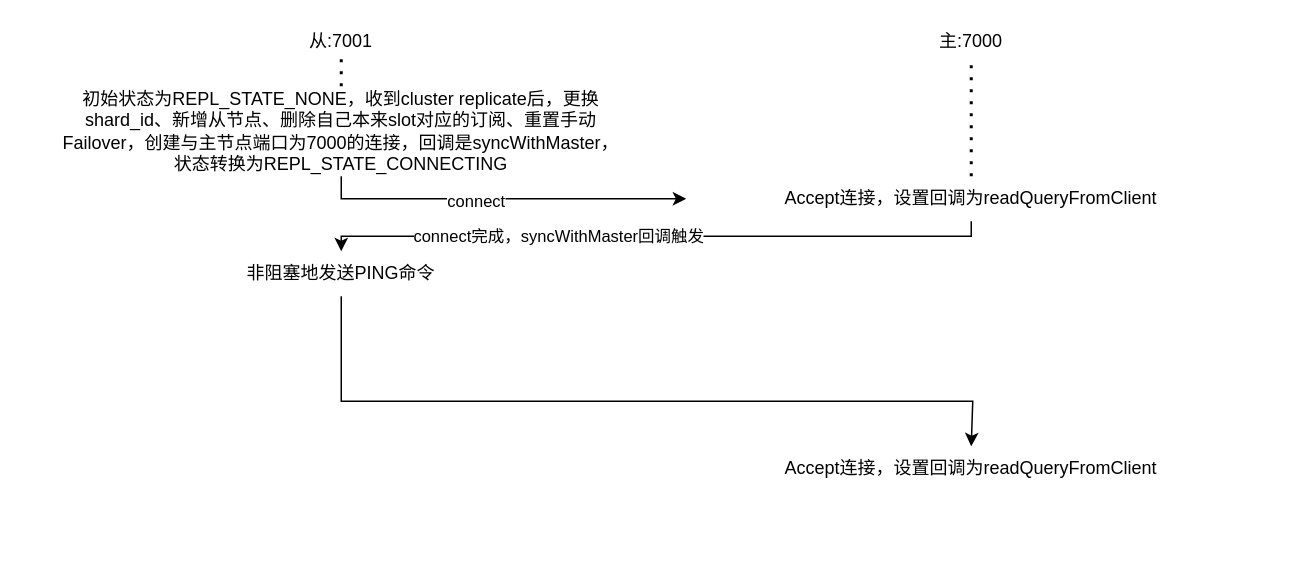
This is cluster-replication.drawio from Afeather2017/Afeather-Flowcharts, a draw.io file, before an edit. Source tidied: cells renumbered, new cells numbered last; positions are measured from the earlier drawing's top-left corner, leaving out a move shared by most shapes. Both pictures are drawn from the tidied source at 150%, with x=0, y=0 at pixel (56, 26).
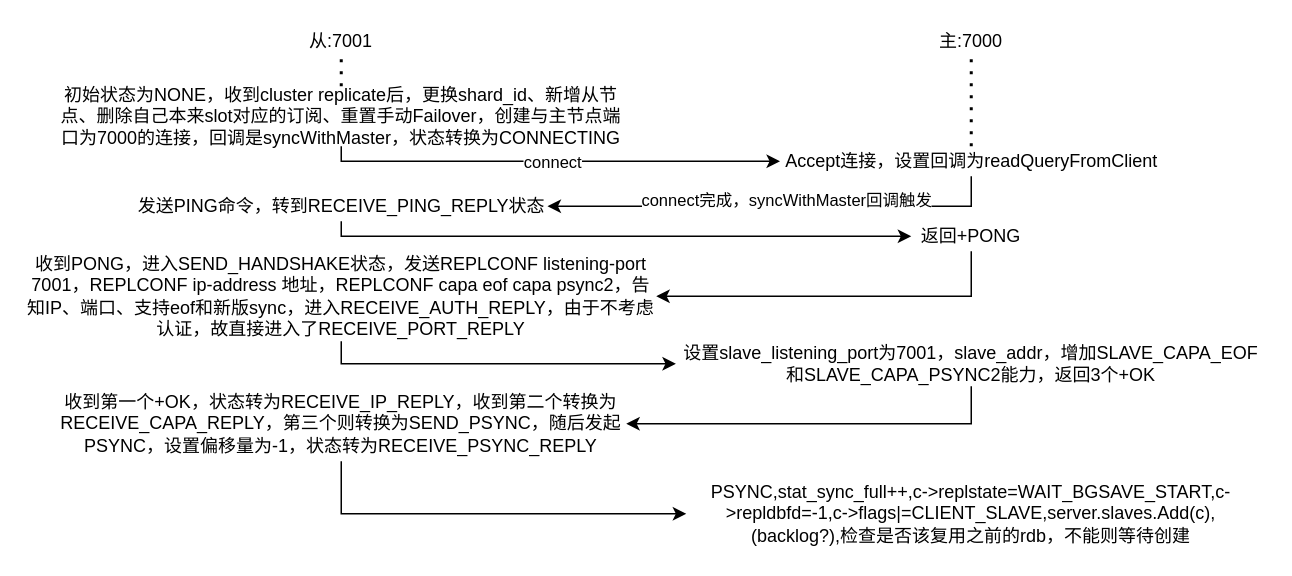
After the change.

Diff of the diagram source:
```diff
@@
     <mxCell id="4" style="edgeStyle=orthogonalEdgeStyle;rounded=0;jettySize=auto;html=1;entryX=0;entryY=0.5;entryDx=0;entryDy=0;exitX=0.5;exitY=1;exitDx=0;exitDy=0;" parent="1" edge="1" source="6" target="11">
       <mxGeometry relative="1" as="geometry">
         <Array as="points">
-          <mxPoint x="190" y="115" />
+          <mxPoint x="190" y="90" />
         </Array>
       </mxGeometry>
     </mxCell>
     <mxCell id="5" value="connect" style="edgeLabel;html=1;align=center;verticalAlign=middle;" parent="4" vertex="1">
-      <mxGeometry x="-0.15" y="-1" relative="1" as="geometry" />
+      <mxGeometry x="-0.15" y="-1" relative="1" as="geometry">
+        <mxPoint x="21" y="-1" as="offset" />
+      </mxGeometry>
     </mxCell>
-    <mxCell id="6" value="初始状态为REPL_STATE_NONE，收到cluster replicate后，更换shard_id、新增从节点、删除自己本来slot对应的订阅、重置手动Failover，创建与主节点端口为7000的连接，回调是syncWithMaster，状态转换为REPL_STATE_CONNECTING" style="text;html=1;align=center;verticalAlign=middle;whiteSpace=wrap;rounded=0;" parent="1" vertex="1">
-      <mxGeometry y="40" width="380" height="60" as="geometry" />
+    <mxCell id="6" value="初始状态为NONE，收到cluster replicate后，更换shard_id、新增从节点、删除自己本来slot对应的订阅、重置手动Failover，创建与主节点端口为7000的连接，回调是syncWithMaster，状态转换为CONNECTING" style="text;html=1;align=center;verticalAlign=middle;whiteSpace=wrap;rounded=0;" parent="1" vertex="1">
+      <mxGeometry y="40" width="380" height="40" as="geometry" />
     </mxCell>
-    <mxCell id="7" style="edgeStyle=orthogonalEdgeStyle;rounded=0;jettySize=auto;html=1;entryX=0.5;entryY=0;entryDx=0;entryDy=0;" parent="1" edge="1" source="8" target="12">
+    <mxCell id="7" style="edgeStyle=orthogonalEdgeStyle;rounded=0;jettySize=auto;html=1;entryX=0;entryY=0.5;entryDx=0;entryDy=0;exitX=0.5;exitY=1;exitDx=0;exitDy=0;" parent="1" edge="1" source="8" target="12">
       <mxGeometry relative="1" as="geometry">
         <Array as="points">
-          <mxPoint x="190" y="250" />
-          <mxPoint x="611" y="250" />
+          <mxPoint x="190" y="140" />
+          <mxPoint x="570" y="140" />
         </Array>
       </mxGeometry>
     </mxCell>
-    <mxCell id="8" value="非阻塞地发送PING命令" style="text;html=1;align=center;verticalAlign=middle;whiteSpace=wrap;rounded=0;" parent="1" vertex="1">
-      <mxGeometry y="150" width="380" height="30" as="geometry" />
+    <mxCell id="8" value="发送PING命令，转到RECEIVE_PING_REPLY状态" style="text;html=1;align=center;verticalAlign=middle;whiteSpace=wrap;rounded=0;" parent="1" vertex="1">
+      <mxGeometry x="52.5" y="110" width="275" height="20" as="geometry" />
     </mxCell>
-    <mxCell id="9" style="edgeStyle=orthogonalEdgeStyle;rounded=0;jettySize=auto;html=1;entryX=0.5;entryY=0;entryDx=0;entryDy=0;exitX=0.5;exitY=1;exitDx=0;exitDy=0;" parent="1" edge="1" source="11" target="8">
+    <mxCell id="9" style="edgeStyle=orthogonalEdgeStyle;rounded=0;jettySize=auto;html=1;exitX=0.5;exitY=1;exitDx=0;exitDy=0;entryX=1;entryY=0.5;entryDx=0;entryDy=0;" parent="1" edge="1" source="11" target="8">
       <mxGeometry relative="1" as="geometry">
         <Array as="points">
-          <mxPoint x="610" y="140" />
-          <mxPoint x="190" y="140" />
+          <mxPoint x="610" y="120" />
         </Array>
       </mxGeometry>
     </mxCell>
     <mxCell id="10" value="connect完成，syncWithMaster回调触发" style="edgeLabel;html=1;align=center;verticalAlign=middle;" parent="9" vertex="1">
       <mxGeometry x="0.61" y="-1" relative="1" as="geometry">
-        <mxPoint x="68" as="offset" />
+        <mxPoint x="100" y="-4" as="offset" />
       </mxGeometry>
     </mxCell>
     <mxCell id="11" value="Accept连接，设置回调为readQueryFromClient" style="text;html=1;align=center;verticalAlign=middle;whiteSpace=wrap;rounded=0;" parent="1" vertex="1">
-      <mxGeometry x="420" y="100" width="380" height="30" as="geometry" />
+      <mxGeometry x="482.5" y="80" width="255" height="20" as="geometry" />
     </mxCell>
+    <mxCell id="15" style="edgeStyle=orthogonalEdgeStyle;rounded=0;jettySize=auto;html=1;entryX=1;entryY=0.5;entryDx=0;entryDy=0;exitX=0.5;exitY=1;exitDx=0;exitDy=0;" parent="1" edge="1" source="12" target="19">
+      <mxGeometry relative="1" as="geometry">
+        <Array as="points">
+          <mxPoint x="610" y="180" />
+        </Array>
+      </mxGeometry>
+    </mxCell>
-    <mxCell id="12" value="Accept连接，设置回调为readQueryFromClient" style="text;html=1;align=center;verticalAlign=middle;whiteSpace=wrap;rounded=0;" parent="1" vertex="1">
-      <mxGeometry x="420" y="280" width="380" height="30" as="geometry" />
+    <mxCell id="12" value="返回+PONG" style="text;html=1;align=center;verticalAlign=middle;whiteSpace=wrap;rounded=0;" parent="1" vertex="1">
+      <mxGeometry x="570" y="130" width="80" height="20" as="geometry" />
     </mxCell>
@@
+    <mxCell id="16" style="edgeStyle=orthogonalEdgeStyle;rounded=0;jettySize=auto;html=1;entryX=1;entryY=0.5;entryDx=0;entryDy=0;exitX=0.5;exitY=1;exitDx=0;exitDy=0;" parent="1" edge="1" source="17" target="21">
+      <mxGeometry relative="1" as="geometry">
+        <Array as="points">
+          <mxPoint x="610" y="265" />
+          <mxPoint x="380" y="265" />
+        </Array>
+      </mxGeometry>
+    </mxCell>
+    <mxCell id="17" value="设置slave_listening_port为7001，slave_addr，增加SLAVE_CAPA_EOF和&lt;span style=&quot;background-color: initial; font-size: 12px;&quot;&gt;SLAVE_CAPA_PSYNC2&lt;/span&gt;能力，返回3个+OK" style="text;html=1;align=center;verticalAlign=middle;whiteSpace=wrap;rounded=0;" parent="1" vertex="1">
+      <mxGeometry x="413.1" y="210" width="393.8" height="30" as="geometry" />
+    </mxCell>
+    <mxCell id="18" style="edgeStyle=orthogonalEdgeStyle;rounded=0;jettySize=auto;html=1;entryX=0;entryY=0.5;entryDx=0;entryDy=0;" parent="1" edge="1" source="19" target="17">
+      <mxGeometry relative="1" as="geometry">
+        <Array as="points">
+          <mxPoint x="190" y="225" />
+        </Array>
+      </mxGeometry>
+    </mxCell>
+    <mxCell id="19" value="收到PONG，进入SEND_HANDSHAKE状态，发送REPLCONF listening-port 7001，REPLCONF ip-address 地址，REPLCONF capa eof capa psync2，告知IP、端口、支持eof和新版sync，进入RECEIVE_AUTH_REPLY，由于不考虑认证，故直接进入了RECEIVE_PORT_REPLY" style="text;html=1;align=center;verticalAlign=middle;whiteSpace=wrap;rounded=0;" parent="1" vertex="1">
+      <mxGeometry x="-20" y="150" width="420" height="60" as="geometry" />
+    </mxCell>
+    <mxCell id="20" style="edgeStyle=orthogonalEdgeStyle;rounded=0;jettySize=auto;html=1;entryX=0;entryY=0.5;entryDx=0;entryDy=0;" parent="1" edge="1" source="21" target="22">
+      <mxGeometry relative="1" as="geometry">
+        <Array as="points">
+          <mxPoint x="190" y="325" />
+        </Array>
+      </mxGeometry>
+    </mxCell>
+    <mxCell id="21" value="收到第一个+OK，状态转为RECEIVE_IP_REPLY，收到第二个转换为RECEIVE_CAPA_REPLY，第三个则转换为SEND_PSYNC，随后发起PSYNC，设置偏移量为-1，状态转为RECEIVE_PSYNC_REPLY" style="text;html=1;align=center;verticalAlign=middle;whiteSpace=wrap;rounded=0;" parent="1" vertex="1">
+      <mxGeometry y="240" width="380" height="50" as="geometry" />
+    </mxCell>
+    <mxCell id="22" value="PSYNC,stat_sync_full++,c-&amp;gt;replstate=WAIT_BGSAVE_START,c-&amp;gt;repldbfd=-1,c-&amp;gt;flags|=CLIENT_SLAVE,server.slaves.Add(c),(backlog?),检查是否该复用之前的rdb，不能则等待创建" style="text;html=1;align=center;verticalAlign=middle;whiteSpace=wrap;rounded=0;" parent="1" vertex="1">
+      <mxGeometry x="420" y="300" width="380" height="50" as="geometry" />
+    </mxCell>
```
